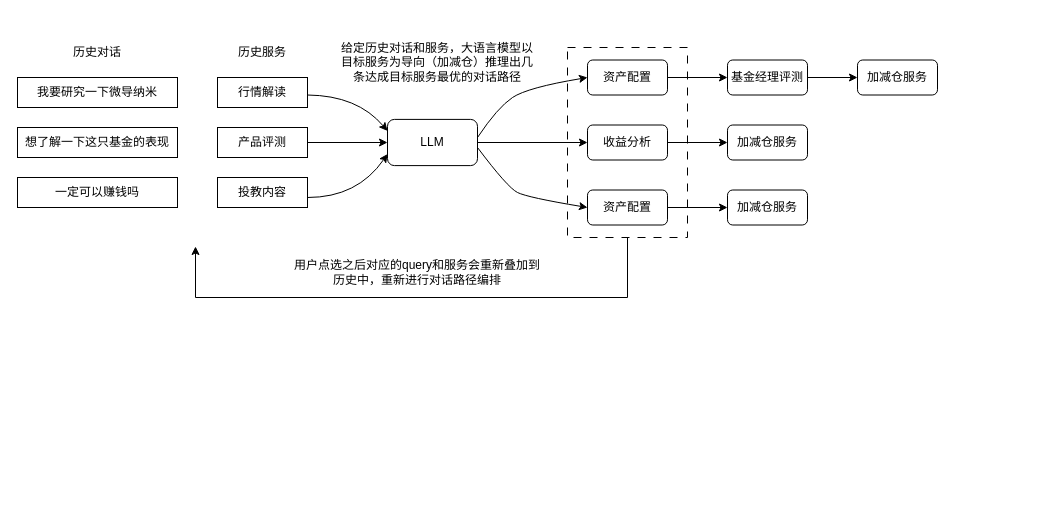
Above: 路径编排.drawio in ZhangHammer/ZhangHammer (draw.io), before the change. Source tidied: cells renumbered, new cells numbered last; positions are measured from the earlier drawing's top-left corner, leaving out a move shared by most shapes. Both pictures are drawn from the tidied source at 100%, with x=0, y=0 at pixel (17, 37).
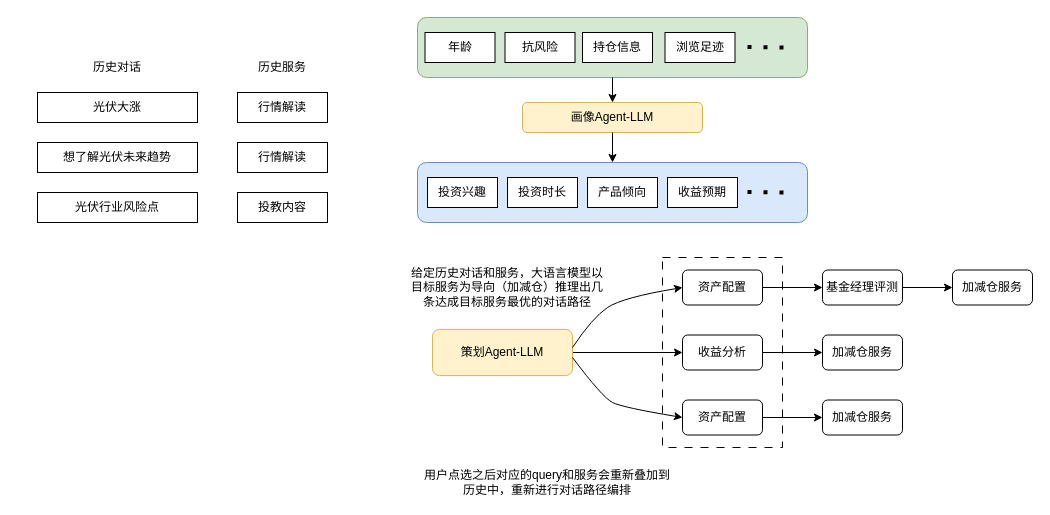
The same diagram, later.

Diff of the diagram source:
```diff
@@
     <mxCell id="2" style="rounded=0;whiteSpace=wrap;html=1;dashed=1;dashPattern=8 8;" parent="1" vertex="1">
-      <mxGeometry x="550" y="10" width="120" height="190" as="geometry" />
+      <mxGeometry x="645" y="220" width="120" height="190" as="geometry" />
     </mxCell>
-    <mxCell id="3" value="我要研究一下微导纳米" style="rounded=0;whiteSpace=wrap;html=1;" parent="1" vertex="1">
-      <mxGeometry y="40" width="160" height="30" as="geometry" />
+    <mxCell id="3" value="光伏大涨" style="rounded=0;whiteSpace=wrap;html=1;" parent="1" vertex="1">
+      <mxGeometry x="20" y="55" width="160" height="30" as="geometry" />
     </mxCell>
-    <mxCell id="4" value="想了解一下这只基金的表现" style="rounded=0;whiteSpace=wrap;html=1;" parent="1" vertex="1">
-      <mxGeometry y="90" width="160" height="30" as="geometry" />
+    <mxCell id="4" value="想了解光伏未来趋势" style="rounded=0;whiteSpace=wrap;html=1;" parent="1" vertex="1">
+      <mxGeometry x="20" y="105" width="160" height="30" as="geometry" />
     </mxCell>
-    <mxCell id="5" value="一定可以赚钱吗" style="rounded=0;whiteSpace=wrap;html=1;" parent="1" vertex="1">
-      <mxGeometry y="140" width="160" height="30" as="geometry" />
+    <mxCell id="5" value="光伏行业风险点" style="rounded=0;whiteSpace=wrap;html=1;" parent="1" vertex="1">
+      <mxGeometry x="20" y="155" width="160" height="30" as="geometry" />
     </mxCell>
     <mxCell id="6" value="行情解读" style="rounded=0;whiteSpace=wrap;html=1;" parent="1" vertex="1">
-      <mxGeometry x="200" y="40" width="90" height="30" as="geometry" />
+      <mxGeometry x="220" y="55" width="90" height="30" as="geometry" />
     </mxCell>
-    <mxCell id="7" style="edgeStyle=orthogonalEdgeStyle;rounded=0;jettySize=auto;html=1;" parent="1" edge="1" source="8" target="22">
-      <mxGeometry relative="1" as="geometry" />
-    </mxCell>
-    <mxCell id="8" value="产品评测" style="rounded=0;whiteSpace=wrap;html=1;" parent="1" vertex="1">
-      <mxGeometry x="200" y="90" width="90" height="30" as="geometry" />
+    <mxCell id="8" value="行情解读" style="rounded=0;whiteSpace=wrap;html=1;" parent="1" vertex="1">
+      <mxGeometry x="220" y="105" width="90" height="30" as="geometry" />
     </mxCell>
     <mxCell id="9" value="投教内容" style="rounded=0;whiteSpace=wrap;html=1;" parent="1" vertex="1">
-      <mxGeometry x="200" y="140" width="90" height="30" as="geometry" />
+      <mxGeometry x="220" y="155" width="90" height="30" as="geometry" />
     </mxCell>
@@
     <mxCell id="11" value="资产配置" style="rounded=1;whiteSpace=wrap;html=1;" parent="1" vertex="1">
-      <mxGeometry x="570" y="22.5" width="80" height="35" as="geometry" />
+      <mxGeometry x="665" y="232.5" width="80" height="35" as="geometry" />
     </mxCell>
@@
     <mxCell id="13" value="基金经理评测" style="rounded=1;whiteSpace=wrap;html=1;" parent="1" vertex="1">
-      <mxGeometry x="710" y="22.5" width="80" height="35" as="geometry" />
+      <mxGeometry x="805" y="232.5" width="80" height="35" as="geometry" />
     </mxCell>
     <mxCell id="14" value="加减仓服务" style="rounded=1;whiteSpace=wrap;html=1;" parent="1" vertex="1">
-      <mxGeometry x="840" y="22.5" width="80" height="35" as="geometry" />
+      <mxGeometry x="935" y="232.5" width="80" height="35" as="geometry" />
     </mxCell>
@@
     <mxCell id="16" value="收益分析" style="rounded=1;whiteSpace=wrap;html=1;" parent="1" vertex="1">
-      <mxGeometry x="570" y="87.5" width="80" height="35" as="geometry" />
+      <mxGeometry x="665" y="297.5" width="80" height="35" as="geometry" />
     </mxCell>
     <mxCell id="17" value="加减仓服务" style="rounded=1;whiteSpace=wrap;html=1;" parent="1" vertex="1">
-      <mxGeometry x="710" y="87.5" width="80" height="35" as="geometry" />
+      <mxGeometry x="805" y="297.5" width="80" height="35" as="geometry" />
     </mxCell>
@@
     <mxCell id="19" value="资产配置" style="rounded=1;whiteSpace=wrap;html=1;" parent="1" vertex="1">
-      <mxGeometry x="570" y="152.5" width="80" height="35" as="geometry" />
+      <mxGeometry x="665" y="362.5" width="80" height="35" as="geometry" />
     </mxCell>
     <mxCell id="20" value="加减仓服务" style="rounded=1;whiteSpace=wrap;html=1;" parent="1" vertex="1">
-      <mxGeometry x="710" y="152.5" width="80" height="35" as="geometry" />
+      <mxGeometry x="805" y="362.5" width="80" height="35" as="geometry" />
     </mxCell>
@@
-    <mxCell id="22" value="LLM" style="rounded=1;whiteSpace=wrap;html=1;" parent="1" vertex="1">
-      <mxGeometry x="370" y="81.9" width="90" height="46.2" as="geometry" />
+    <mxCell id="22" value="策划Agent-LLM" style="rounded=1;whiteSpace=wrap;html=1;fillColor=#fff2cc;strokeColor=#d6b656;" parent="1" vertex="1">
+      <mxGeometry x="415" y="291.9" width="140" height="46.2" as="geometry" />
     </mxCell>
     <mxCell id="23" value="历史对话" style="text;html=1;align=center;verticalAlign=middle;whiteSpace=wrap;rounded=0;" parent="1" vertex="1">
-      <mxGeometry x="50" width="60" height="30" as="geometry" />
+      <mxGeometry x="70" y="15" width="60" height="30" as="geometry" />
     </mxCell>
     <mxCell id="24" value="历史服务" style="text;html=1;align=center;verticalAlign=middle;whiteSpace=wrap;rounded=0;" parent="1" vertex="1">
-      <mxGeometry x="215" width="60" height="30" as="geometry" />
+      <mxGeometry x="235" y="15" width="60" height="30" as="geometry" />
     </mxCell>
-    <mxCell id="25" style="curved=1;endArrow=classic;html=1;rounded=0;entryX=0;entryY=0.25;entryDx=0;entryDy=0;" parent="1" edge="1" target="22">
-      <mxGeometry relative="1" as="geometry">
-        <mxPoint x="290" y="57.5" as="sourcePoint" />
-        <Array as="points">
-          <mxPoint x="340" y="58" />
-        </Array>
-      </mxGeometry>
-    </mxCell>
-    <mxCell id="26" style="curved=1;endArrow=classic;html=1;rounded=0;entryX=0;entryY=0.75;entryDx=0;entryDy=0;" parent="1" edge="1" target="22">
-      <mxGeometry relative="1" as="geometry">
-        <mxPoint x="290" y="160" as="sourcePoint" />
-        <Array as="points">
-          <mxPoint x="340" y="160" />
-        </Array>
-      </mxGeometry>
-    </mxCell>
     <mxCell id="27" style="curved=1;endArrow=classic;html=1;rounded=0;entryX=0;entryY=0.5;entryDx=0;entryDy=0;" parent="1" edge="1" target="11">
       <mxGeometry relative="1" as="geometry">
-        <mxPoint x="460" y="100" as="sourcePoint" />
+        <mxPoint x="555" y="310" as="sourcePoint" />
         <Array as="points">
-          <mxPoint x="480" y="70" />
-          <mxPoint x="510" y="50" />
+          <mxPoint x="575" y="280" />
+          <mxPoint x="605" y="260" />
         </Array>
       </mxGeometry>
     </mxCell>
     <mxCell id="28" style="curved=1;endArrow=classic;html=1;rounded=0;entryX=0;entryY=0.5;entryDx=0;entryDy=0;" parent="1" edge="1" target="19">
       <mxGeometry relative="1" as="geometry">
-        <mxPoint x="460" y="110" as="sourcePoint" />
+        <mxPoint x="555" y="320" as="sourcePoint" />
         <Array as="points">
-          <mxPoint x="490" y="150" />
-          <mxPoint x="510" y="160" />
+          <mxPoint x="585" y="360" />
+          <mxPoint x="605" y="370" />
         </Array>
       </mxGeometry>
     </mxCell>
     <mxCell id="29" value="给定历史对话和服务，大语言模型以目标服务为导向（加减仓）推理出几条达成目标服务最优的对话路径" style="text;html=1;align=center;verticalAlign=middle;whiteSpace=wrap;rounded=0;" parent="1" vertex="1">
-      <mxGeometry x="320" y="10" width="200" height="30" as="geometry" />
+      <mxGeometry x="390" y="220" width="200" height="60" as="geometry" />
     </mxCell>
-    <mxCell id="30" style="edgeStyle=orthogonalEdgeStyle;rounded=0;jettySize=auto;html=1;entryX=0.633;entryY=0.967;entryDx=0;entryDy=0;entryPerimeter=0;" parent="1" edge="1" source="2">
-      <mxGeometry relative="1" as="geometry">
-        <mxPoint x="178" y="209" as="targetPoint" />
-        <Array as="points">
-          <mxPoint x="610" y="260" />
-          <mxPoint x="178" y="260" />
-        </Array>
-      </mxGeometry>
-    </mxCell>
     <mxCell id="31" value="用户点选之后对应的query和服务会重新叠加到历史中，重新进行对话路径编排" style="text;html=1;align=center;verticalAlign=middle;whiteSpace=wrap;rounded=0;" parent="1" vertex="1">
-      <mxGeometry x="275" y="220" width="250" height="30" as="geometry" />
+      <mxGeometry x="405" y="430" width="250" height="30" as="geometry" />
     </mxCell>
+    <mxCell id="32" style="rounded=1;whiteSpace=wrap;html=1;fillColor=#dae8fc;strokeColor=#6c8ebf;" parent="1" vertex="1">
+      <mxGeometry x="400" y="125" width="390" height="60" as="geometry" />
+    </mxCell>
+    <mxCell id="33" style="rounded=1;whiteSpace=wrap;html=1;fillColor=#d5e8d4;strokeColor=#82b366;" parent="1" vertex="1">
+      <mxGeometry x="400" y="-20" width="390" height="60" as="geometry" />
+    </mxCell>
+    <mxCell id="34" value="年龄" style="rounded=0;whiteSpace=wrap;html=1;" parent="1" vertex="1">
+      <mxGeometry x="407.5" y="-5" width="70" height="30" as="geometry" />
+    </mxCell>
+    <mxCell id="35" value="抗风险" style="rounded=0;whiteSpace=wrap;html=1;" parent="1" vertex="1">
+      <mxGeometry x="487.5" y="-5" width="70" height="30" as="geometry" />
+    </mxCell>
+    <mxCell id="36" value="持仓信息" style="rounded=0;whiteSpace=wrap;html=1;" parent="1" vertex="1">
+      <mxGeometry x="565" y="-5" width="70" height="30" as="geometry" />
+    </mxCell>
+    <mxCell id="37" style="endArrow=none;dashed=1;html=1;dashPattern=1 3;strokeWidth=4;rounded=0;" parent="1" edge="1">
+      <mxGeometry relative="1" as="geometry">
+        <mxPoint x="730" y="9.5" as="sourcePoint" />
+        <mxPoint x="770" y="10" as="targetPoint" />
+      </mxGeometry>
+    </mxCell>
+    <mxCell id="38" value="画像Agent-LLM" style="rounded=1;whiteSpace=wrap;html=1;fillColor=#fff2cc;strokeColor=#d6b656;" parent="1" vertex="1">
+      <mxGeometry x="505" y="65" width="180" height="30" as="geometry" />
+    </mxCell>
+    <mxCell id="39" value="投资兴趣" style="rounded=0;whiteSpace=wrap;html=1;" parent="1" vertex="1">
+      <mxGeometry x="410" y="140" width="70" height="30" as="geometry" />
+    </mxCell>
+    <mxCell id="40" value="产品倾向" style="rounded=0;whiteSpace=wrap;html=1;" parent="1" vertex="1">
+      <mxGeometry x="570" y="140" width="70" height="30" as="geometry" />
+    </mxCell>
+    <mxCell id="41" value="收益预期" style="rounded=0;whiteSpace=wrap;html=1;" parent="1" vertex="1">
+      <mxGeometry x="650" y="140" width="70" height="30" as="geometry" />
+    </mxCell>
+    <mxCell id="42" style="endArrow=none;dashed=1;html=1;dashPattern=1 3;strokeWidth=4;rounded=0;" parent="1" edge="1">
+      <mxGeometry relative="1" as="geometry">
+        <mxPoint x="730" y="154.5" as="sourcePoint" />
+        <mxPoint x="770" y="155" as="targetPoint" />
+      </mxGeometry>
+    </mxCell>
+    <mxCell id="43" value="投资时长" style="rounded=0;whiteSpace=wrap;html=1;" parent="1" vertex="1">
+      <mxGeometry x="490" y="140" width="70" height="30" as="geometry" />
+    </mxCell>
+    <mxCell id="44" value="浏览足迹" style="rounded=0;whiteSpace=wrap;html=1;" parent="1" vertex="1">
+      <mxGeometry x="647.5" y="-5" width="70" height="30" as="geometry" />
+    </mxCell>
+    <mxCell id="45" style="endArrow=classic;html=1;rounded=0;exitX=0.5;exitY=1;exitDx=0;exitDy=0;entryX=0.5;entryY=0;entryDx=0;entryDy=0;" parent="1" edge="1" source="33" target="38">
+      <mxGeometry relative="1" as="geometry" />
+    </mxCell>
+    <mxCell id="46" style="endArrow=classic;html=1;rounded=0;exitX=0.5;exitY=1;exitDx=0;exitDy=0;entryX=0.5;entryY=0;entryDx=0;entryDy=0;" parent="1" edge="1" source="38" target="32">
+      <mxGeometry relative="1" as="geometry" />
+    </mxCell>
```
